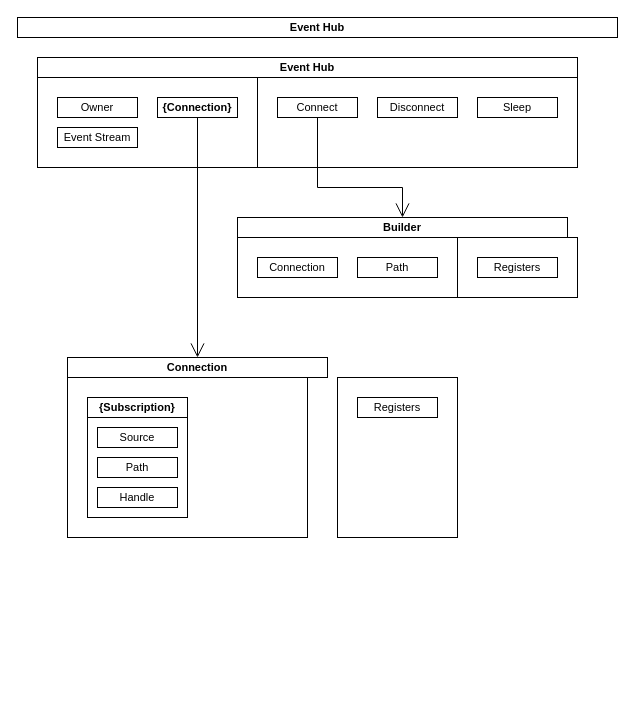
Before: docs/02. UniEngine/02-Core/03-E.2-EventHub/Event Hub - TTC.drawio in dove-creative/uniengine, a draw.io diagram. Source tidied: cells renumbered, new cells numbered last; positions are measured from the earlier drawing's top-left corner, leaving out a move shared by most shapes. Both pictures are drawn from the tidied source at 100%, with x=0, y=0 at pixel (17, 17).
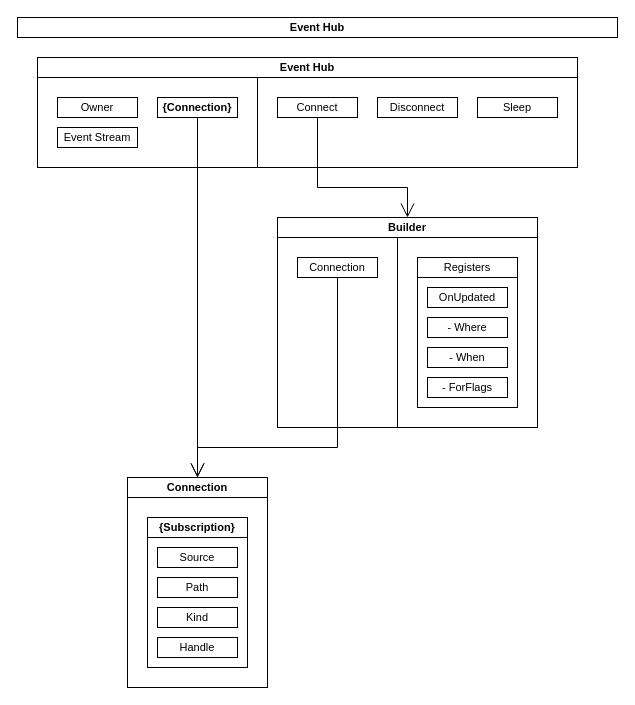
Above is the later version.

Unchanged cells that the change refers to:
```xml
<mxCell id="14" value="Connect" style="rounded=0;whiteSpace=wrap;html=1;fontFamily=Helvetica;fontSize=11;fontColor=default;labelBackgroundColor=default;fontStyle=0;" parent="1" vertex="1">
  <mxGeometry x="260" y="80" width="80" height="20" as="geometry" />
</mxCell>
```

Diff of the diagram source:
```diff
@@
+    <mxCell id="19" style="rounded=0;whiteSpace=wrap;html=1;fontFamily=Helvetica;fontSize=11;fontColor=default;labelBackgroundColor=default;fillColor=none;" parent="1" vertex="1">
+      <mxGeometry x="110" y="480" width="140" height="190" as="geometry" />
+    </mxCell>
+    <mxCell id="26" style="rounded=0;whiteSpace=wrap;html=1;fontFamily=Helvetica;fontSize=11;fontColor=default;labelBackgroundColor=default;fillColor=none;" parent="1" vertex="1">
+      <mxGeometry x="130" y="520" width="100" height="130" as="geometry" />
+    </mxCell>
     <mxCell id="2" style="rounded=0;whiteSpace=wrap;html=1;fontFamily=Helvetica;fontSize=11;fontColor=default;labelBackgroundColor=default;fillColor=none;" parent="1" vertex="1">
-      <mxGeometry x="440" y="220" width="120" height="60" as="geometry" />
+      <mxGeometry x="380" y="220" width="140" height="190" as="geometry" />
     </mxCell>
@@
     <mxCell id="4" style="rounded=0;whiteSpace=wrap;html=1;fontFamily=Helvetica;fontSize=11;fontColor=default;labelBackgroundColor=default;fillColor=none;" parent="1" vertex="1">
-      <mxGeometry x="220" y="220" width="220" height="60" as="geometry" />
+      <mxGeometry x="260" y="220" width="120" height="190" as="geometry" />
     </mxCell>
@@
     <mxCell id="10" value="&lt;div style=&quot;text-align: right;&quot;&gt;&lt;b&gt;Builder&lt;/b&gt;&lt;/div&gt;" style="rounded=0;whiteSpace=wrap;html=1;fontFamily=Helvetica;fontSize=11;fontColor=default;labelBackgroundColor=default;" parent="1" vertex="1">
-      <mxGeometry x="220" y="200" width="330" height="20" as="geometry" />
+      <mxGeometry x="260" y="200" width="260" height="20" as="geometry" />
     </mxCell>
     <mxCell id="11" value="Registers" style="rounded=0;whiteSpace=wrap;html=1;fontFamily=Helvetica;fontSize=11;fontColor=default;labelBackgroundColor=default;fontStyle=0;" parent="1" vertex="1">
-      <mxGeometry x="460" y="240" width="80" height="20" as="geometry" />
+      <mxGeometry x="400" y="240" width="100" height="20" as="geometry" />
     </mxCell>
+    <mxCell id="29" style="edgeStyle=orthogonalEdgeStyle;shape=connector;rounded=0;jettySize=auto;html=1;strokeColor=default;align=center;verticalAlign=middle;fontFamily=Helvetica;fontSize=11;fontColor=default;labelBackgroundColor=default;defaultLabelBackgroundColor=page;startArrow=none;startFill=0;startSize=12;endArrow=open;endFill=0;endSize=12;" parent="1" edge="1" source="12" target="20">
+      <mxGeometry relative="1" as="geometry">
+        <Array as="points">
+          <mxPoint x="320" y="430" />
+          <mxPoint x="180" y="430" />
+        </Array>
+      </mxGeometry>
+    </mxCell>
     <mxCell id="12" value="Connection" style="rounded=0;whiteSpace=wrap;html=1;fontFamily=Helvetica;fontSize=11;fontColor=default;labelBackgroundColor=default;fontStyle=0;" parent="1" vertex="1">
-      <mxGeometry x="240" y="240" width="80" height="20" as="geometry" />
+      <mxGeometry x="280" y="240" width="80" height="20" as="geometry" />
     </mxCell>
     <mxCell id="13" style="edgeStyle=orthogonalEdgeStyle;shape=connector;rounded=0;jettySize=auto;html=1;entryX=0.5;entryY=0;entryDx=0;entryDy=0;strokeColor=default;align=center;verticalAlign=middle;fontFamily=Helvetica;fontSize=11;fontColor=default;labelBackgroundColor=default;defaultLabelBackgroundColor=page;startArrow=none;startFill=0;startSize=12;endArrow=open;endFill=0;endSize=12;" parent="1" edge="1" source="14" target="10">
       <mxGeometry x="0.65" relative="1" as="geometry">
         <Array as="points">
           <mxPoint x="300" y="170" />
-          <mxPoint x="385" y="170" />
+          <mxPoint x="390" y="170" />
         </Array>
       </mxGeometry>
     </mxCell>
@@
-    <mxCell id="18" style="rounded=0;whiteSpace=wrap;html=1;fontFamily=Helvetica;fontSize=11;fontColor=default;labelBackgroundColor=default;fillColor=none;" parent="1" vertex="1">
-      <mxGeometry x="320" y="360" width="120" height="160" as="geometry" />
-    </mxCell>
-    <mxCell id="19" style="rounded=0;whiteSpace=wrap;html=1;fontFamily=Helvetica;fontSize=11;fontColor=default;labelBackgroundColor=default;fillColor=none;" parent="1" vertex="1">
-      <mxGeometry x="50" y="360" width="240" height="160" as="geometry" />
-    </mxCell>
     <mxCell id="20" value="&lt;div style=&quot;text-align: right;&quot;&gt;&lt;b&gt;Connection&lt;/b&gt;&lt;/div&gt;" style="rounded=0;whiteSpace=wrap;html=1;fontFamily=Helvetica;fontSize=11;fontColor=default;labelBackgroundColor=default;" parent="1" vertex="1">
-      <mxGeometry x="50" y="340" width="260" height="20" as="geometry" />
+      <mxGeometry x="110" y="460" width="140" height="20" as="geometry" />
     </mxCell>
-    <mxCell id="21" value="Registers" style="rounded=0;whiteSpace=wrap;html=1;fontFamily=Helvetica;fontSize=11;fontColor=default;labelBackgroundColor=default;fontStyle=0;" parent="1" vertex="1">
-      <mxGeometry x="340" y="380" width="80" height="20" as="geometry" />
-    </mxCell>
     <mxCell id="22" value="&lt;b&gt;{Subscription}&lt;/b&gt;" style="rounded=0;whiteSpace=wrap;html=1;fontFamily=Helvetica;fontSize=11;fontColor=default;labelBackgroundColor=default;fontStyle=0;" parent="1" vertex="1">
-      <mxGeometry x="70" y="380" width="100" height="20" as="geometry" />
+      <mxGeometry x="130" y="500" width="100" height="20" as="geometry" />
     </mxCell>
     <mxCell id="23" value="Path" style="rounded=0;whiteSpace=wrap;html=1;fontFamily=Helvetica;fontSize=11;fontColor=default;labelBackgroundColor=default;fontStyle=0;" parent="1" vertex="1">
-      <mxGeometry x="80" y="440" width="80" height="20" as="geometry" />
+      <mxGeometry x="140" y="560" width="80" height="20" as="geometry" />
     </mxCell>
     <mxCell id="24" value="Source" style="rounded=0;whiteSpace=wrap;html=1;fontFamily=Helvetica;fontSize=11;fontColor=default;labelBackgroundColor=default;fontStyle=0;" parent="1" vertex="1">
-      <mxGeometry x="80" y="410" width="80" height="20" as="geometry" />
+      <mxGeometry x="140" y="530" width="80" height="20" as="geometry" />
     </mxCell>
-    <mxCell id="25" value="Handle" style="rounded=0;whiteSpace=wrap;html=1;fontFamily=Helvetica;fontSize=11;fontColor=default;labelBackgroundColor=default;fontStyle=0;" parent="1" vertex="1">
-      <mxGeometry x="80" y="470" width="80" height="20" as="geometry" />
+    <mxCell id="25" value="Kind" style="rounded=0;whiteSpace=wrap;html=1;fontFamily=Helvetica;fontSize=11;fontColor=default;labelBackgroundColor=default;fontStyle=0;" parent="1" vertex="1">
+      <mxGeometry x="140" y="590" width="80" height="20" as="geometry" />
     </mxCell>
-    <mxCell id="26" style="rounded=0;whiteSpace=wrap;html=1;fontFamily=Helvetica;fontSize=11;fontColor=default;labelBackgroundColor=default;fillColor=none;" parent="1" vertex="1">
-      <mxGeometry x="70" y="400" width="100" height="100" as="geometry" />
-    </mxCell>
@@
-    <mxCell id="28" value="Path" style="rounded=0;whiteSpace=wrap;html=1;fontFamily=Helvetica;fontSize=11;fontColor=default;labelBackgroundColor=default;fontStyle=0;" parent="1" vertex="1">
-      <mxGeometry x="340" y="240" width="80" height="20" as="geometry" />
-    </mxCell>
+    <mxCell id="30" value="Handle" style="rounded=0;whiteSpace=wrap;html=1;fontFamily=Helvetica;fontSize=11;fontColor=default;labelBackgroundColor=default;fontStyle=0;" parent="1" vertex="1">
+      <mxGeometry x="140" y="620" width="80" height="20" as="geometry" />
+    </mxCell>
+    <mxCell id="31" value="OnUpdated" style="rounded=0;whiteSpace=wrap;html=1;fontFamily=Helvetica;fontSize=11;fontColor=default;labelBackgroundColor=default;fontStyle=0;" parent="1" vertex="1">
+      <mxGeometry x="410" y="270" width="80" height="20" as="geometry" />
+    </mxCell>
+    <mxCell id="32" value="- Where" style="rounded=0;whiteSpace=wrap;html=1;fontFamily=Helvetica;fontSize=11;fontColor=default;labelBackgroundColor=default;fontStyle=0;" parent="1" vertex="1">
+      <mxGeometry x="410" y="300" width="80" height="20" as="geometry" />
+    </mxCell>
+    <mxCell id="33" value="- When" style="rounded=0;whiteSpace=wrap;html=1;fontFamily=Helvetica;fontSize=11;fontColor=default;labelBackgroundColor=default;fontStyle=0;" parent="1" vertex="1">
+      <mxGeometry x="410" y="330" width="80" height="20" as="geometry" />
+    </mxCell>
+    <mxCell id="34" value="- ForFlags" style="rounded=0;whiteSpace=wrap;html=1;fontFamily=Helvetica;fontSize=11;fontColor=default;labelBackgroundColor=default;fontStyle=0;" parent="1" vertex="1">
+      <mxGeometry x="410" y="360" width="80" height="20" as="geometry" />
+    </mxCell>
+    <mxCell id="35" style="rounded=0;whiteSpace=wrap;html=1;fontFamily=Helvetica;fontSize=11;fontColor=default;labelBackgroundColor=default;fillColor=none;" parent="1" vertex="1">
+      <mxGeometry x="400" y="260" width="100" height="130" as="geometry" />
+    </mxCell>
```
